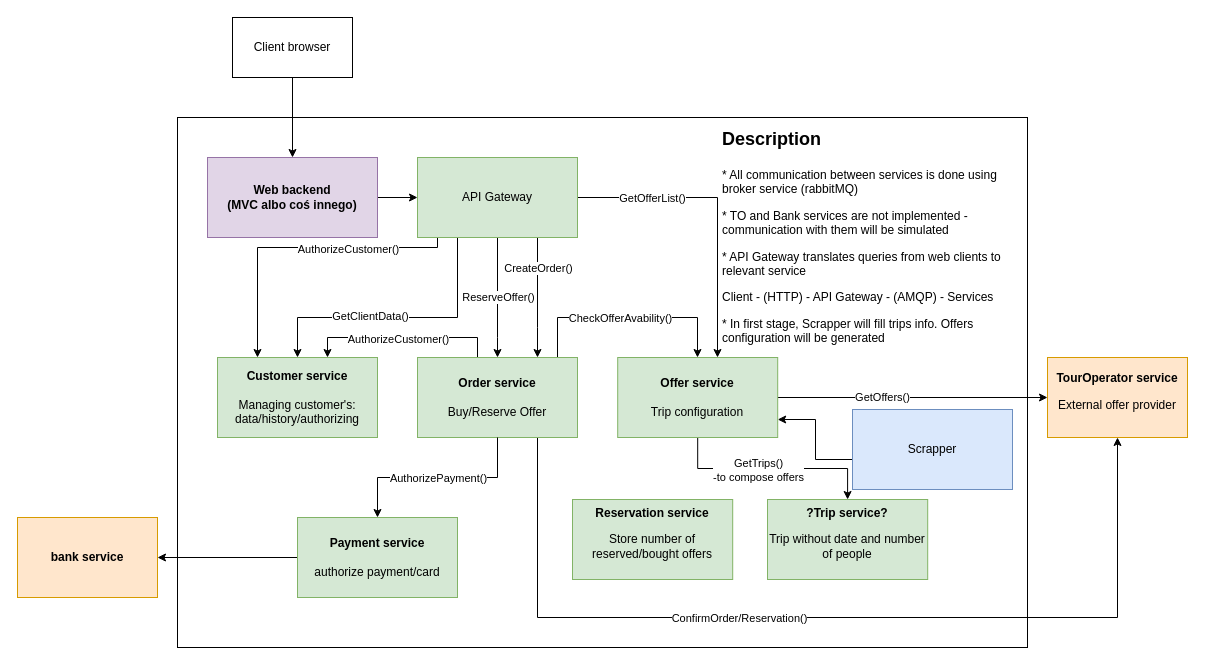
Above: page "Architecture-overview" (1 of 2) of hipotap.drawio in webclinic017/hipotap (draw.io), before the change. Source tidied: cells renumbered, new cells numbered last; positions are measured from the earlier drawing's top-left corner, leaving out a move shared by most shapes. Both pictures are drawn from the tidied source at 100%, with x=0, y=0 at pixel (17, 17).
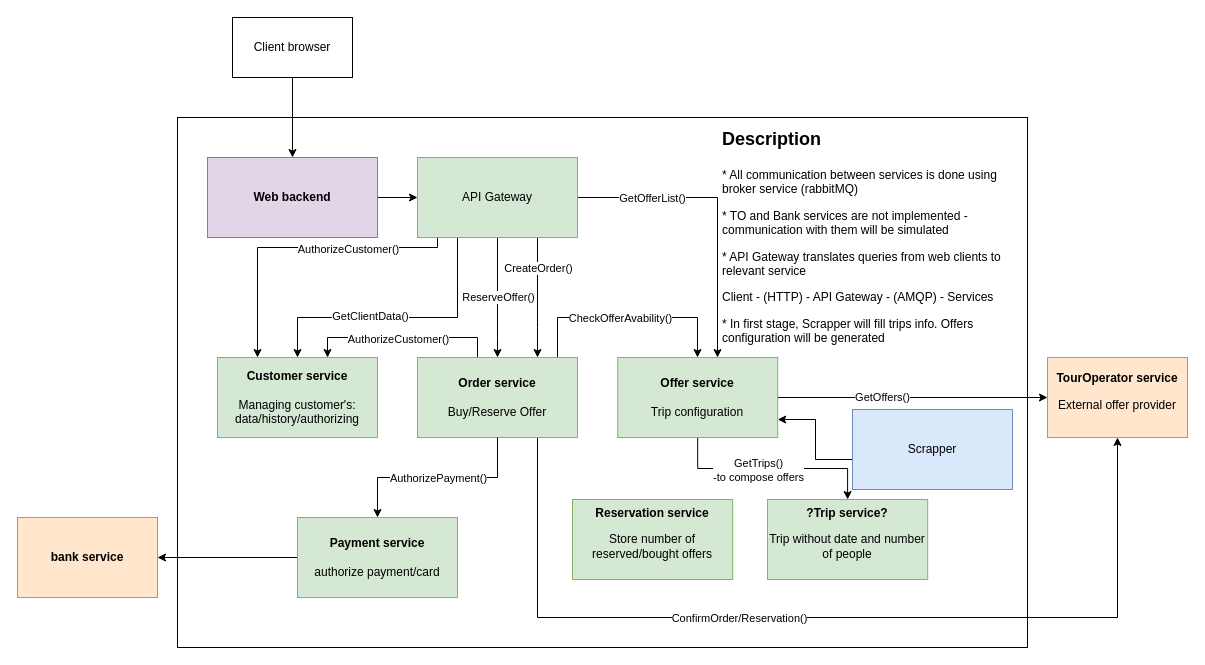
After the change.

Diff of the diagram source:
```diff
@@
-    <mxCell id="4" value="&lt;b&gt;Web backend&lt;br&gt;(MVC albo coś innego)&lt;br&gt;&lt;/b&gt;" style="rounded=0;whiteSpace=wrap;html=1;fillColor=#e1d5e7;strokeColor=#9673a6;" parent="1" vertex="1">
+    <mxCell id="4" value="&lt;b&gt;Web backend&lt;br&gt;&lt;/b&gt;" style="rounded=0;whiteSpace=wrap;html=1;fillColor=#e1d5e7;strokeColor=#9673a6;" parent="1" vertex="1">
       <mxGeometry x="190" y="140" width="170" height="80" as="geometry" />
     </mxCell>
```
